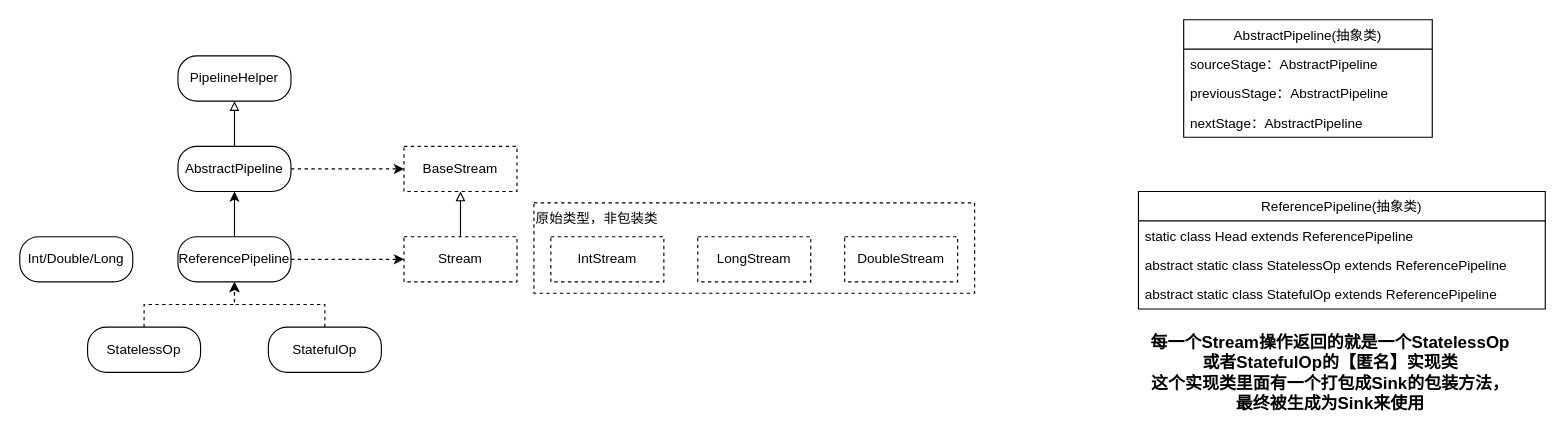
This is note/散装程序员/Stream.assets/Stream.drawio from MosEleven/MyStudy, a draw.io file, before an edit. Source tidied: cells renumbered, new cells numbered last; positions are measured from the earlier drawing's top-left corner, leaving out a move shared by most shapes. Both pictures are drawn from the tidied source at 113%, with x=0, y=0 at pixel (19, 19).
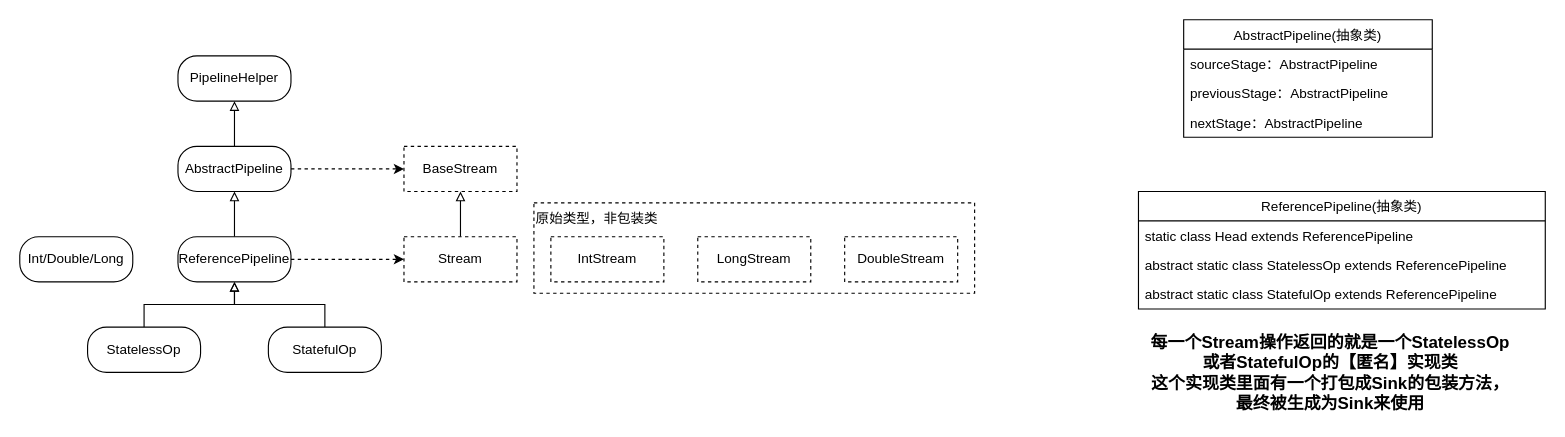
Above is the later version.

Unchanged cells that the change refers to:
```xml
<mxCell id="12" value="AbstractPipeline" style="rounded=1;whiteSpace=wrap;html=1;fontFamily=Helvetica;fontSize=12;fontColor=#000000;align=center;strokeColor=#000000;fillColor=#ffffff;arcSize=42;" parent="1" vertex="1">
  <mxGeometry x="140" y="112" width="100" height="40" as="geometry" />
</mxCell>
<mxCell id="19" value="ReferencePipeline" style="rounded=1;whiteSpace=wrap;html=1;fontFamily=Helvetica;fontSize=12;fontColor=#000000;align=center;strokeColor=#000000;fillColor=#ffffff;arcSize=42;" parent="1" vertex="1">
  <mxGeometry x="140" y="192" width="100" height="40" as="geometry" />
</mxCell>
<mxCell id="22" value="StatelessOp" style="rounded=1;whiteSpace=wrap;html=1;fontFamily=Helvetica;fontSize=12;fontColor=#000000;align=center;strokeColor=#000000;fillColor=#ffffff;arcSize=42;" parent="1" vertex="1">
  <mxGeometry x="60" y="272" width="100" height="40" as="geometry" />
</mxCell>
<mxCell id="24" value="StatefulOp" style="rounded=1;whiteSpace=wrap;html=1;fontFamily=Helvetica;fontSize=12;fontColor=#000000;align=center;strokeColor=#000000;fillColor=#ffffff;arcSize=42;" parent="1" vertex="1">
  <mxGeometry x="220" y="272" width="100" height="40" as="geometry" />
</mxCell>
```

What changed in the source:
```diff
@@
-    <mxCell id="17" style="edgeStyle=orthogonalEdgeStyle;rounded=0;jettySize=auto;html=1;" parent="1" edge="1" source="19" target="12">
+    <mxCell id="17" style="edgeStyle=orthogonalEdgeStyle;rounded=0;jettySize=auto;html=1;endFill=0;endArrow=block;" parent="1" edge="1" source="19" target="12">
       <mxGeometry relative="1" as="geometry" />
     </mxCell>
@@
-    <mxCell id="21" style="edgeStyle=orthogonalEdgeStyle;rounded=0;jettySize=auto;html=1;dashed=1;" parent="1" edge="1" source="22" target="19">
+    <mxCell id="21" style="edgeStyle=orthogonalEdgeStyle;rounded=0;jettySize=auto;html=1;endFill=0;endArrow=block;" parent="1" edge="1" source="22" target="19">
       <mxGeometry relative="1" as="geometry" />
     </mxCell>
@@
-    <mxCell id="23" style="edgeStyle=orthogonalEdgeStyle;rounded=0;jettySize=auto;html=1;entryX=0.5;entryY=1;entryDx=0;entryDy=0;dashed=1;" parent="1" edge="1" source="24" target="19">
+    <mxCell id="23" style="edgeStyle=orthogonalEdgeStyle;rounded=0;jettySize=auto;html=1;entryX=0.5;entryY=1;entryDx=0;entryDy=0;endFill=0;endArrow=block;" parent="1" edge="1" source="24" target="19">
       <mxGeometry relative="1" as="geometry" />
     </mxCell>
```
